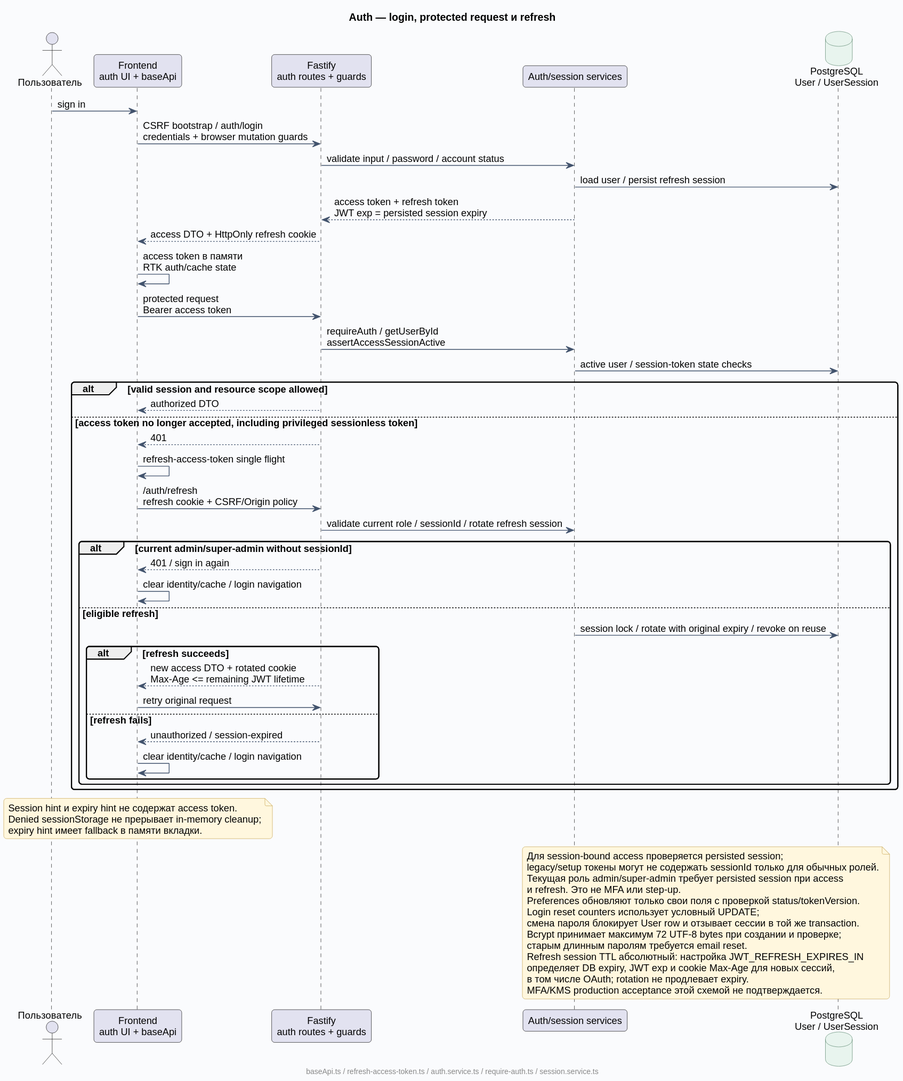
The PlantUML diagram docs/diagrams/rendered/07-auth-session.svg in Dima163163/auto-care-hub, before a commit.
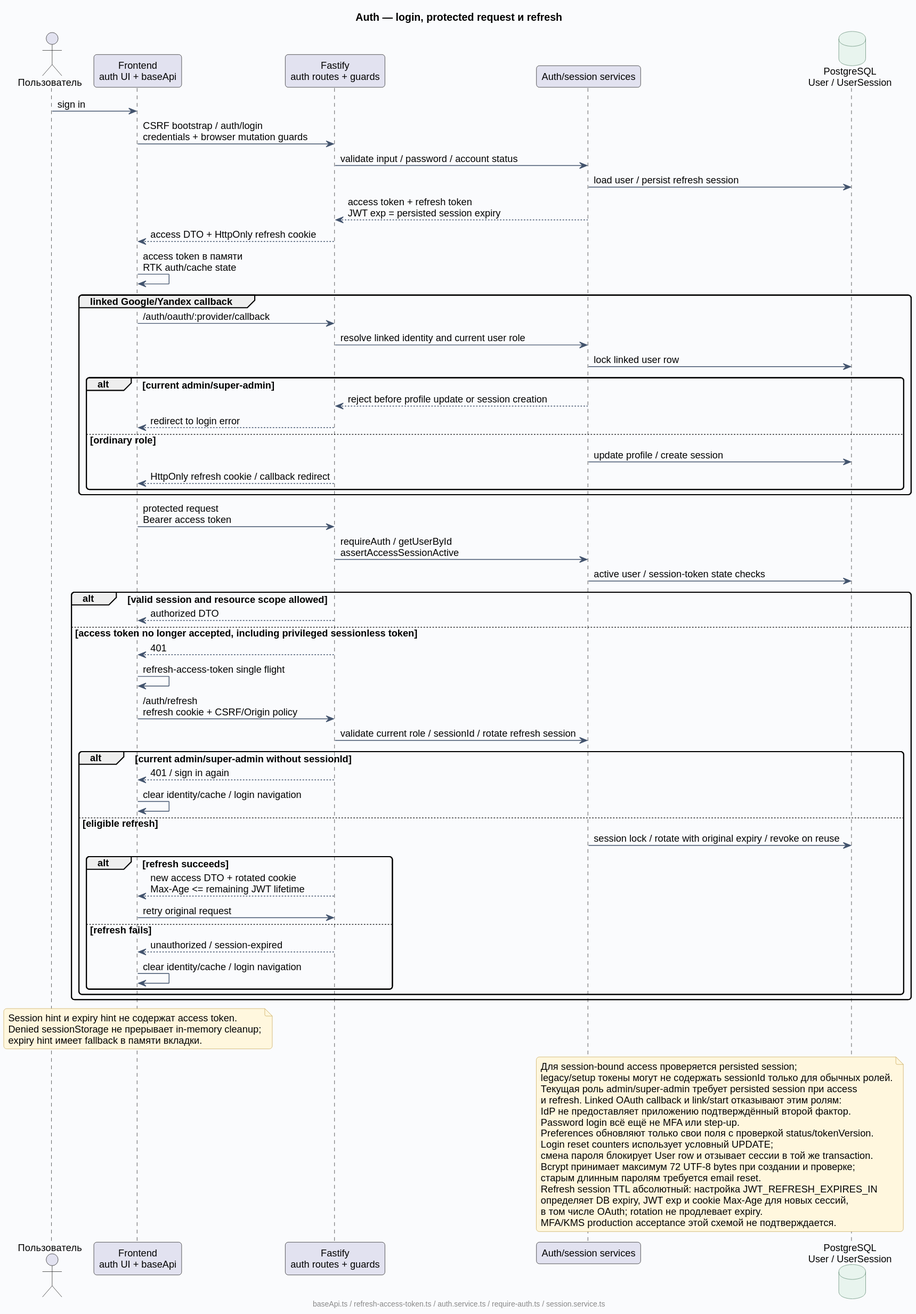
After the change.

Commit message:
security: prevent privileged OAuth session bypass

The edit, as a diff of the source:
```diff
@@ -13,6 +13,18 @@
 Auth --> API : access token + refresh token\nJWT exp = persisted session expiry
 API --> Front : access DTO + HttpOnly refresh cookie
 Front -> Front : access token в памяти\nRTK auth/cache state
+group linked Google/Yandex callback
+  Front -> API : /auth/oauth/:provider/callback
+  API -> Auth : resolve linked identity and current user role
+  Auth -> PG : lock linked user row
+  alt current admin/super-admin
+    Auth --> API : reject before profile update or session creation
+    API --> Front : redirect to login error
+  else ordinary role
+    Auth -> PG : update profile / create session
+    API --> Front : HttpOnly refresh cookie / callback redirect
+  end
+end
 Front -> API : protected request\nBearer access token
 API -> Auth : requireAuth / getUserById\nassertAccessSessionActive
 Auth -> PG : active user / session-token state checks
@@ -46,7 +58,9 @@
   Для session-bound access проверяется persisted session;
   legacy/setup токены могут не содержать sessionId только для обычных ролей.
   Текущая роль admin/super-admin требует persisted session при access
-  и refresh. Это не MFA или step-up.
+  и refresh. Linked OAuth callback и link/start отказывают этим ролям:
+  IdP не предоставляет приложению подтверждённый второй фактор.
+  Password login всё ещё не MFA или step-up.
   Preferences обновляют только свои поля с проверкой status/tokenVersion.
   Login reset counters использует условный UPDATE;
   смена пароля блокирует User row и отзывает сессии в той же transaction.
```
